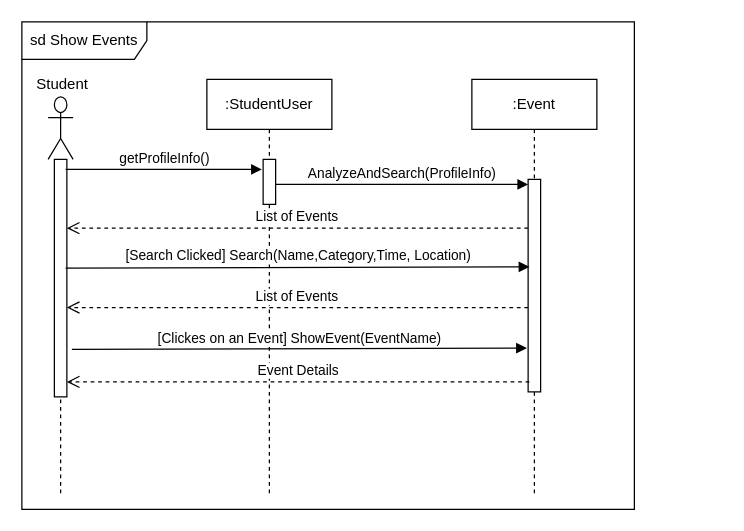
Earlier version of the draw.io diagram Show Events Sequence Diagram.drawio (m-bassiri/HamyarApp). Source tidied: cells renumbered, new cells numbered last; positions are measured from the earlier drawing's top-left corner, leaving out a move shared by most shapes. Both pictures are drawn from the tidied source at 125%, with x=0, y=0 at pixel (21, 21).
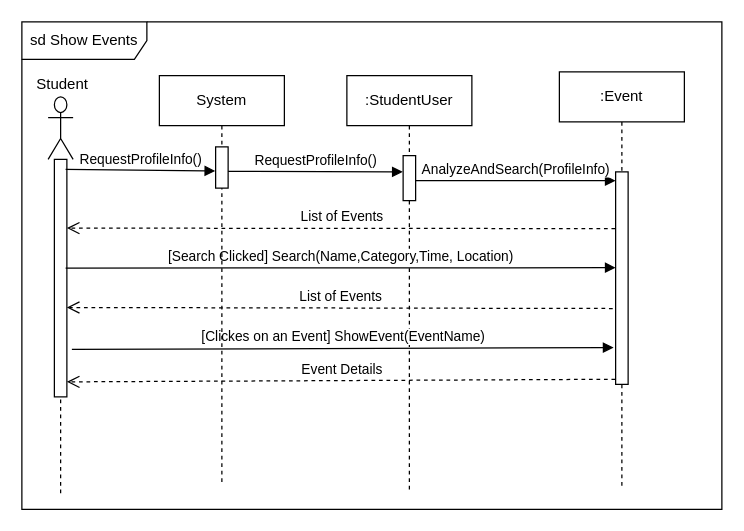
The same page after the edit.

The change refers to these unchanged cells:
```xml
<mxCell id="4" style="shape=umlLifeline;participant=umlActor;perimeter=lifelinePerimeter;whiteSpace=wrap;html=1;verticalAlign=top;spacingTop=36;labelBackgroundColor=#ffffff;size=50;" parent="3" vertex="1">
  <mxGeometry x="11" y="20" width="20" height="320" as="geometry" />
</mxCell>
<mxCell id="9" style="html=1;points=[];perimeter=orthogonalPerimeter;" parent="8" vertex="1">
  <mxGeometry x="45" y="64" width="10" height="36" as="geometry" />
</mxCell>
<mxCell id="11" style="html=1;points=[];perimeter=orthogonalPerimeter;" parent="10" vertex="1">
  <mxGeometry x="45" y="80" width="10" height="170" as="geometry" />
</mxCell>
```

Diff of the diagram source:
```diff
@@
     <mxCell id="2" value="sd Show Events&lt;br&gt;" style="shape=umlFrame;whiteSpace=wrap;html=1;width=100;height=30;" parent="1" vertex="1">
-      <mxGeometry width="490" height="390" as="geometry" />
+      <mxGeometry width="560" height="390" as="geometry" />
     </mxCell>
@@
-    <mxCell id="6" value="getProfileInfo()" style="html=1;verticalAlign=bottom;endArrow=block;entryX=-0.1;entryY=0.315;entryDx=0;entryDy=0;entryPerimeter=0;" parent="4" edge="1">
+    <mxCell id="6" value="RequestProfileInfo()" style="html=1;verticalAlign=bottom;endArrow=block;entryX=-0.033;entryY=0.586;entryDx=0;entryDy=0;entryPerimeter=0;" parent="4" edge="1" target="19">
       <mxGeometry relative="1" as="geometry">
         <mxPoint x="14" y="58" as="sourcePoint" />
-        <mxPoint x="171" y="58" as="targetPoint" />
       </mxGeometry>
     </mxCell>
@@
     <mxCell id="8" value=":StudentUser" style="shape=umlLifeline;perimeter=lifelinePerimeter;whiteSpace=wrap;html=1;" parent="1" vertex="1">
-      <mxGeometry x="148" y="46" width="100" height="334" as="geometry" />
+      <mxGeometry x="260" y="43" width="100" height="334" as="geometry" />
     </mxCell>
@@
     <mxCell id="10" value=":Event&lt;br&gt;" style="shape=umlLifeline;perimeter=lifelinePerimeter;whiteSpace=wrap;html=1;" parent="1" vertex="1">
-      <mxGeometry x="360" y="46" width="100" height="334" as="geometry" />
+      <mxGeometry x="430" y="40" width="100" height="334" as="geometry" />
     </mxCell>
@@
-    <mxCell id="13" value="List of Events" style="html=1;verticalAlign=bottom;endArrow=open;dashed=1;endSize=8;exitX=0.033;exitY=0.5;exitDx=0;exitDy=0;exitPerimeter=0;" parent="1" edge="1">
+    <mxCell id="13" value="List of Events" style="html=1;verticalAlign=bottom;endArrow=open;dashed=1;endSize=8;exitX=-0.033;exitY=0.267;exitDx=0;exitDy=0;exitPerimeter=0;" parent="1" edge="1" source="11">
       <mxGeometry relative="1" as="geometry">
-        <mxPoint x="405" y="165" as="sourcePoint" />
         <mxPoint x="36" y="165" as="targetPoint" />
       </mxGeometry>
     </mxCell>
-    <mxCell id="14" value="[Search Clicked] Search(Name,Category,Time, Location)" style="html=1;verticalAlign=bottom;endArrow=block;exitX=0.933;exitY=0.533;exitDx=0;exitDy=0;exitPerimeter=0;entryX=0.1;entryY=0.522;entryDx=0;entryDy=0;entryPerimeter=0;" parent="1" edge="1">
+    <mxCell id="14" value="[Search Clicked] Search(Name,Category,Time, Location)" style="html=1;verticalAlign=bottom;endArrow=block;exitX=0.933;exitY=0.533;exitDx=0;exitDy=0;exitPerimeter=0;entryX=0;entryY=0.451;entryDx=0;entryDy=0;entryPerimeter=0;" parent="1" edge="1" target="11">
       <mxGeometry relative="1" as="geometry">
         <mxPoint x="35" y="197" as="sourcePoint" />
-        <mxPoint x="406" y="196" as="targetPoint" />
       </mxGeometry>
     </mxCell>
-    <mxCell id="15" value="List of Events" style="html=1;verticalAlign=bottom;endArrow=open;dashed=1;endSize=8;exitX=0.033;exitY=0.5;exitDx=0;exitDy=0;exitPerimeter=0;" parent="1" edge="1">
+    <mxCell id="15" value="List of Events" style="html=1;verticalAlign=bottom;endArrow=open;dashed=1;endSize=8;exitX=-0.233;exitY=0.643;exitDx=0;exitDy=0;exitPerimeter=0;" parent="1" edge="1" source="11">
       <mxGeometry relative="1" as="geometry">
-        <mxPoint x="405" y="228.5" as="sourcePoint" />
         <mxPoint x="36" y="228.5" as="targetPoint" />
       </mxGeometry>
     </mxCell>
-    <mxCell id="16" value="[Clickes on an Event] ShowEvent(EventName)" style="html=1;verticalAlign=bottom;endArrow=block;exitX=1.4;exitY=0.863;exitDx=0;exitDy=0;exitPerimeter=0;entryX=-0.1;entryY=0.867;entryDx=0;entryDy=0;entryPerimeter=0;" parent="1" edge="1">
+    <mxCell id="16" value="[Clickes on an Event] ShowEvent(EventName)" style="html=1;verticalAlign=bottom;endArrow=block;exitX=1.4;exitY=0.863;exitDx=0;exitDy=0;exitPerimeter=0;entryX=-0.167;entryY=0.827;entryDx=0;entryDy=0;entryPerimeter=0;" parent="1" edge="1" target="11">
       <mxGeometry relative="1" as="geometry">
         <mxPoint x="40" y="262" as="sourcePoint" />
-        <mxPoint x="404" y="261" as="targetPoint" />
       </mxGeometry>
     </mxCell>
-    <mxCell id="17" value="Event Details" style="html=1;verticalAlign=bottom;endArrow=open;dashed=1;endSize=8;exitX=0.1;exitY=0.902;exitDx=0;exitDy=0;exitPerimeter=0;entryX=1;entryY=0.891;entryDx=0;entryDy=0;entryPerimeter=0;" parent="1" edge="1">
+    <mxCell id="17" value="Event Details" style="html=1;verticalAlign=bottom;endArrow=open;dashed=1;endSize=8;exitX=-0.033;exitY=0.976;exitDx=0;exitDy=0;exitPerimeter=0;entryX=1;entryY=0.891;entryDx=0;entryDy=0;entryPerimeter=0;" parent="1" edge="1" source="11">
       <mxGeometry relative="1" as="geometry">
-        <mxPoint x="406" y="288" as="sourcePoint" />
         <mxPoint x="36" y="288" as="targetPoint" />
       </mxGeometry>
     </mxCell>
+    <mxCell id="18" value="System&lt;br&gt;" style="shape=umlLifeline;perimeter=lifelinePerimeter;whiteSpace=wrap;html=1;" parent="1" vertex="1">
+      <mxGeometry x="110" y="43" width="100" height="327" as="geometry" />
+    </mxCell>
+    <mxCell id="19" style="html=1;points=[];perimeter=orthogonalPerimeter;" parent="18" vertex="1">
+      <mxGeometry x="45" y="57" width="10" height="33" as="geometry" />
+    </mxCell>
+    <mxCell id="20" value="RequestProfileInfo()" style="html=1;verticalAlign=bottom;endArrow=block;entryX=-0.033;entryY=0.361;entryDx=0;entryDy=0;entryPerimeter=0;" parent="1" edge="1" target="9">
+      <mxGeometry relative="1" as="geometry">
+        <mxPoint x="165" y="119.5" as="sourcePoint" />
+      </mxGeometry>
+    </mxCell>
```
